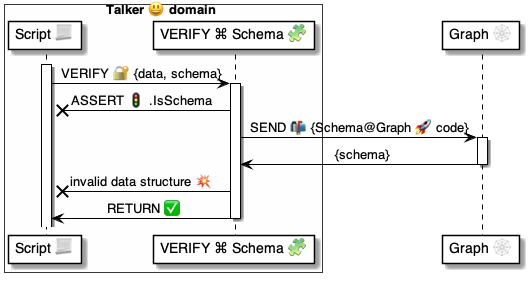
The PlantUML diagram 4 ⚙️ Solution/37 Scripts 📃/📃 Commands ⌘/⌘ for messages 📨/VERIFY 🔐/VERIFY Schema 🧩/🔐 VERIFY Schema ⚙️ uml.png in pollyweb-org/pollyweb-docs, before a commit. Its source is kept beside it as 4 ⚙️ Solution/37 Scripts 📃/📃 Commands ⌘/⌘ for messages 📨/VERIFY 🔐/VERIFY Schema 🧩/🔐 VERIFY Schema ⚙️ uml.puml.
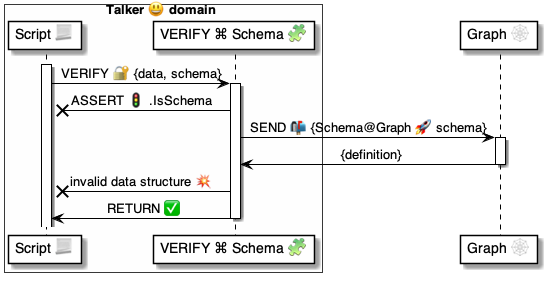
The same diagram one commit later.

What changed in the source:
```diff
@@ -14,9 +14,9 @@
 
     verify -x script: ASSERT 🚦 .IsSchema
 
-    verify -> graph: SEND 📬 {Schema@Graph 🚀 code}
+    verify -> graph: SEND 📬 {Schema@Graph 🚀 schema}
     activate graph
-        graph -> verify: {schema}
+        graph -> verify: {definition}
     deactivate graph
 
     verify -x script: invalid data structure 💥
```
